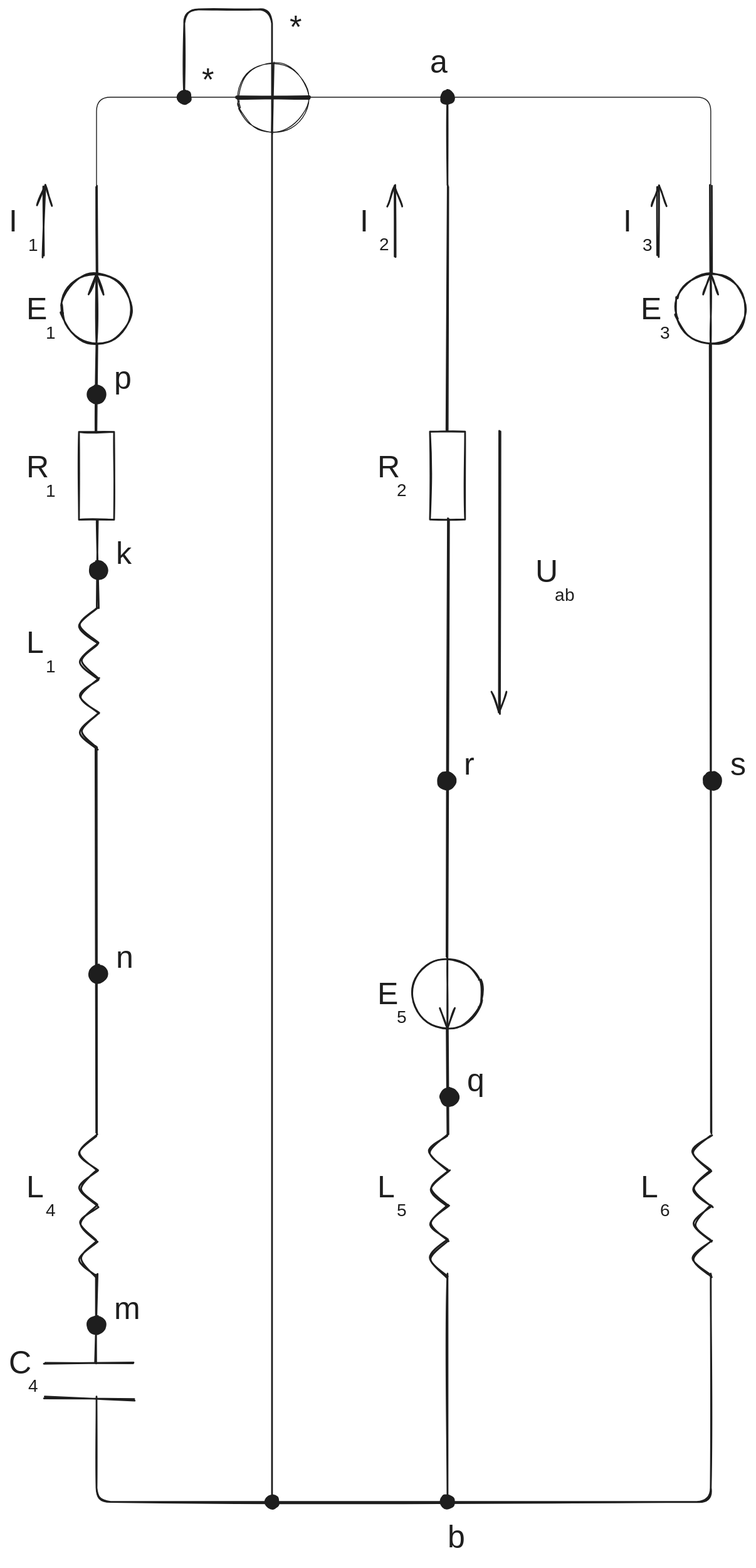
Earlier version of the Excalidraw export ele/rygota2/task.excalidraw.svg (kawazaki42/NoteS4). Source tidied: one line per element, renumbered; positions are measured from the earlier drawing's top-left corner, leaving out a move shared by most shapes.
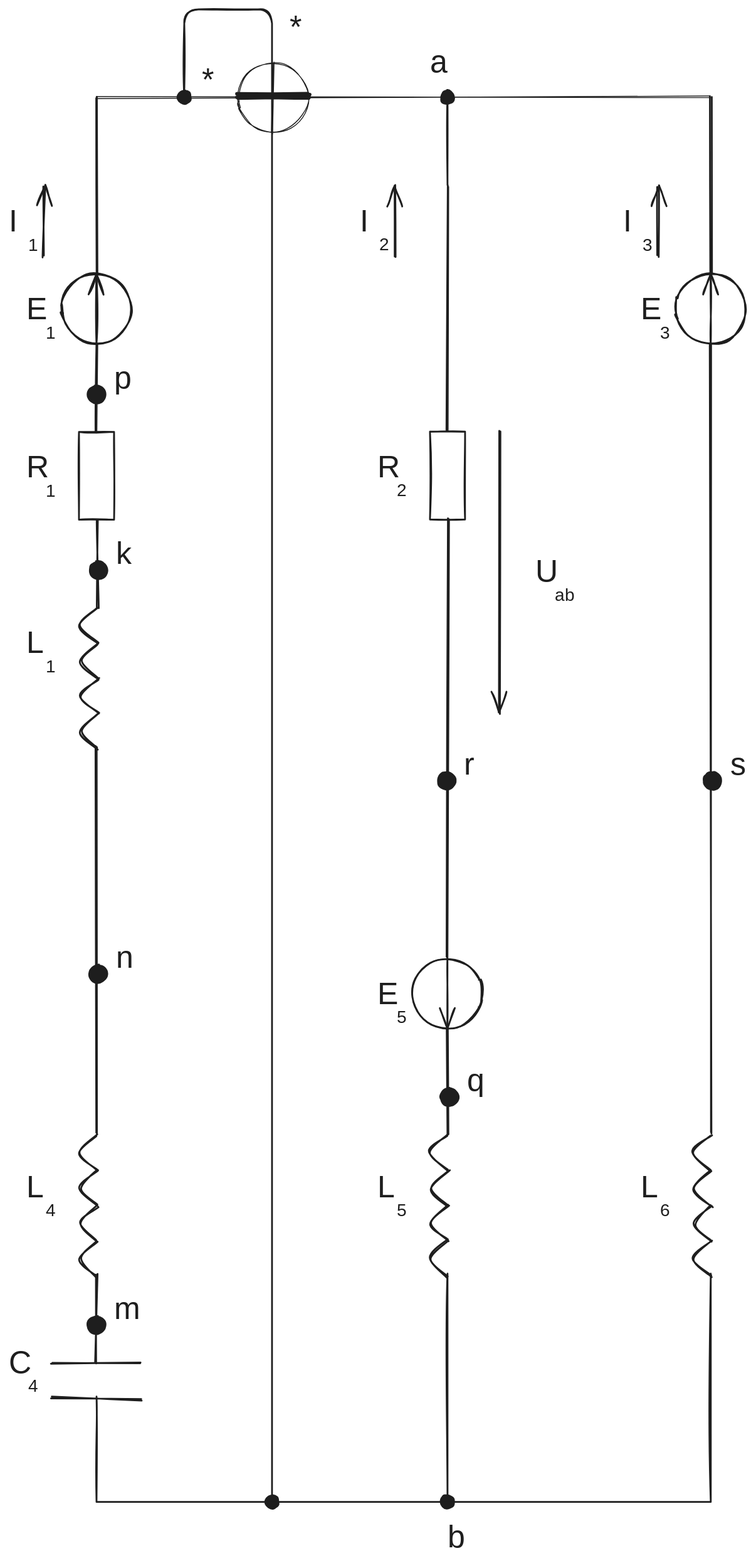
After the change.

Commit message:
change the drawing a little

What changed in the source:
```diff
@@ -1,3 +1,4 @@
+{"id": 94, "type": "line", "strokeColor": "#1e1e1e", "backgroundColor": "#1e1e1e", "fillStyle": "solid", "strokeWidth": 1, "roughness": 1, "round": true, "x": 100, "y": 100, "width": 700, "height": 0, "points": [[0, 0], [700, 0]]}
 {"id": 0, "type": "ellipse", "strokeColor": "#1e1e1e", "angle": 11.0, "strokeWidth": 2, "roughness": 1, "x": 60, "y": 301, "width": 80, "height": 80}
 {"id": 1, "type": "arrow", "strokeColor": "#1e1e1e", "angle": 11.0, "strokeWidth": 2, "roughness": 1, "endArrowhead": "arrow", "x": 60, "y": 341, "width": 80, "height": 0, "points": [[0, 0], [80, 0]]}
 {"id": 2, "type": "rectangle", "strokeColor": "#1e1e1e", "strokeWidth": 2, "roughness": 1, "x": 80, "y": 481, "width": 40, "height": 100}
@@ -9,13 +10,13 @@
 {"id": 8, "type": "line", "strokeColor": "#1e1e1e", "strokeWidth": 2, "roughness": 1, "round": true, "x": 101, "y": 1323, "width": 20, "height": 40, "points": [[0, 0], [-20, 20], [0, 40]]}
 {"id": 9, "type": "line", "strokeColor": "#1e1e1e", "strokeWidth": 2, "roughness": 1, "round": true, "x": 101, "y": 1363, "width": 20, "height": 40, "points": [[0, 0], [-20, 20], [0, 40]]}
 {"id": 10, "type": "line", "strokeColor": "#1e1e1e", "strokeWidth": 2, "roughness": 1, "round": true, "x": 101, "y": 1403, "width": 20, "height": 40, "points": [[0, 0], [-20, 20], [0, 40]]}
-{"id": 11, "type": "line", "strokeColor": "#1e1e1e", "strokeWidth": 2, "roughness": 1, "round": true, "x": 41, "y": 1542, "width": 100, "height": 0, "points": [[0, 0], [100, 0]]}
+{"id": 11, "type": "line", "strokeColor": "#1e1e1e", "strokeWidth": 2, "roughness": 1, "round": true, "x": 49, "y": 1542, "width": 100, "height": 0, "points": [[0, 0], [100, 0]]}
-{"id": 12, "type": "line", "strokeColor": "#1e1e1e", "strokeWidth": 2, "roughness": 1, "round": true, "x": 40, "y": 1581, "width": 103, "height": 3, "points": [[0, 0], [103, 3]]}
+{"id": 12, "type": "line", "strokeColor": "#1e1e1e", "strokeWidth": 2, "roughness": 1, "round": true, "x": 48, "y": 1581, "width": 103, "height": 3, "points": [[0, 0], [103, 3]]}
 {"id": 13, "type": "line", "strokeColor": "#1e1e1e", "strokeWidth": 2, "roughness": 1, "round": true, "x": 100, "y": 381, "width": 0, "height": 100, "points": [[0, 0], [0, 100]]}
 {"id": 14, "type": "line", "strokeColor": "#1e1e1e", "strokeWidth": 2, "roughness": 1, "round": true, "x": 101, "y": 581, "width": 0, "height": 100, "points": [[0, 0], [0, 100]]}
 {"id": 15, "type": "line", "strokeColor": "#1e1e1e", "strokeWidth": 2, "roughness": 1, "round": true, "x": 100, "y": 840, "width": 0, "height": 440, "points": [[0, 0], [0, 440]]}
 {"id": 16, "type": "line", "strokeColor": "#1e1e1e", "strokeWidth": 2, "roughness": 1, "round": true, "x": 100, "y": 1441, "width": 0, "height": 100, "points": [[0, 0], [0, 100]]}
-{"id": 17, "type": "line", "strokeColor": "#1e1e1e", "strokeWidth": 2, "roughness": 1, "round": true, "x": 100, "y": 301, "width": 0, "height": 100, "points": [[0, 0], [0, -100]]}
+{"id": 17, "type": "line", "strokeColor": "#1e1e1e", "strokeWidth": 2, "roughness": 1, "round": true, "x": 100, "y": 301, "width": 0, "height": 201, "points": [[0, 0], [0, -201]]}
 {"id": 18, "type": "arrow", "strokeColor": "#1e1e1e", "strokeWidth": 2, "roughness": 1, "endArrowhead": "arrow", "round": true, "x": 40, "y": 281, "width": 0, "height": 80, "points": [[0, 0], [0, -80]]}
 {"id": 19, "type": "text", "text": "I", "strokeColor": "#1e1e1e", "strokeWidth": 2, "roughness": 1, "fontSize": 36, "fontFamily": 5, "x": 0, "y": 221, "width": 20, "height": 45}
 {"id": 20, "type": "text", "text": "1", "strokeColor": "#1e1e1e", "strokeWidth": 2, "roughness": 1, "fontSize": 20, "fontFamily": 5, "x": 22, "y": 257, "width": 9, "height": 25}
@@ -55,7 +56,7 @@
 {"id": 54, "type": "line", "strokeColor": "#1e1e1e", "strokeWidth": 2, "roughness": 1, "round": true, "x": 801, "y": 1363, "width": 20, "height": 40, "points": [[0, 0], [-20, 20], [0, 40]]}
 {"id": 55, "type": "line", "strokeColor": "#1e1e1e", "strokeWidth": 2, "roughness": 1, "round": true, "x": 801, "y": 1403, "width": 20, "height": 40, "points": [[0, 0], [-20, 20], [0, 40]]}
 {"id": 56, "type": "line", "strokeColor": "#1e1e1e", "strokeWidth": 2, "roughness": 1, "round": true, "x": 800, "y": 381, "width": 0, "height": 899, "points": [[0, 0], [0, 899]]}
-{"id": 57, "type": "line", "strokeColor": "#1e1e1e", "strokeWidth": 2, "roughness": 1, "round": true, "x": 800, "y": 301, "width": 0, "height": 100, "points": [[0, 0], [0, -100]]}
+{"id": 57, "type": "line", "strokeColor": "#1e1e1e", "strokeWidth": 2, "roughness": 1, "round": true, "x": 800, "y": 301, "width": 0, "height": 201, "points": [[0, 0], [0, -201]]}
 {"id": 58, "type": "arrow", "strokeColor": "#1e1e1e", "strokeWidth": 2, "roughness": 1, "endArrowhead": "arrow", "round": true, "x": 740, "y": 281, "width": 0, "height": 80, "points": [[0, 0], [0, -80]]}
 {"id": 59, "type": "text", "text": "I", "strokeColor": "#1e1e1e", "strokeWidth": 2, "roughness": 1, "fontSize": 36, "fontFamily": 5, "x": 700, "y": 221, "width": 20, "height": 45}
 {"id": 60, "type": "text", "text": "3", "strokeColor": "#1e1e1e", "strokeWidth": 2, "roughness": 1, "fontSize": 20, "fontFamily": 5, "x": 722, "y": 257, "width": 12, "height": 25}
@@ -63,9 +64,7 @@
 {"id": 62, "type": "text", "text": "3", "strokeColor": "#1e1e1e", "strokeWidth": 2, "roughness": 1, "fontSize": 20, "fontFamily": 5, "x": 742, "y": 357, "width": 12, "height": 25}
 {"id": 63, "type": "text", "text": "L", "strokeColor": "#1e1e1e", "strokeWidth": 2, "roughness": 1, "fontSize": 36, "fontFamily": 5, "x": 720, "y": 1321, "width": 20, "height": 45}
 {"id": 64, "type": "text", "text": "6", "strokeColor": "#1e1e1e", "strokeWidth": 2, "roughness": 1, "fontSize": 20, "fontFamily": 5, "x": 742, "y": 1357, "width": 13, "height": 25}
-{"id": 65, "type": "arrow", "strokeColor": "#1e1e1e", "strokeWidth": 2, "roughness": 1, "x": 100, "y": 1580, "width": 700, "height": 260, "points": [[0, 0], [0, 120], [700, 120], [700, -140]]}
 {"id": 66, "type": "arrow", "strokeColor": "#1e1e1e", "strokeWidth": 2, "roughness": 1, "startArrowhead": "circle", "x": 500, "y": 1700, "width": 0, "height": 260, "points": [[0, 0], [0, -260]]}
-{"id": 67, "type": "arrow", "strokeColor": "#1e1e1e", "strokeWidth": 1, "roughness": 0, "x": 100, "y": 200, "width": 700, "height": 100, "points": [[0, 0], [0, -100], [700, -100], [700, 0]]}
 {"id": 68, "type": "arrow", "strokeColor": "#1e1e1e", "strokeWidth": 2, "roughness": 1, "startArrowhead": "circle", "x": 500, "y": 100, "width": 0, "height": 100, "points": [[0, 0], [0, 100]]}
 {"id": 69, "type": "ellipse", "strokeColor": "#1e1e1e", "angle": 11.0, "strokeWidth": 1, "roughness": 1, "x": 261, "y": 61, "width": 80, "height": 80}
 {"id": 70, "type": "line", "strokeColor": "#1e1e1e", "strokeWidth": 4, "roughness": 1, "round": true, "x": 261, "y": 101, "width": 80, "height": 0, "points": [[0, 0], [80, 0]]}
@@ -92,3 +91,5 @@
 {"id": 91, "type": "text", "text": "r", "strokeColor": "#1e1e1e", "backgroundColor": "#1e1e1e", "fillStyle": "solid", "strokeWidth": 2, "roughness": 1, "fontSize": 36, "fontFamily": 5, "x": 519, "y": 840, "width": 15, "height": 45}
 {"id": 92, "type": "ellipse", "strokeColor": "#1e1e1e", "backgroundColor": "#1e1e1e", "fillStyle": "solid", "strokeWidth": 2, "roughness": 1, "round": true, "x": 792, "y": 869, "width": 20, "height": 20}
 {"id": 93, "type": "text", "text": "s", "strokeColor": "#1e1e1e", "backgroundColor": "#1e1e1e", "fillStyle": "solid", "strokeWidth": 2, "roughness": 1, "fontSize": 36, "fontFamily": 5, "x": 822, "y": 840, "width": 20, "height": 45}
+{"id": 95, "type": "line", "strokeColor": "#1e1e1e", "strokeWidth": 4, "roughness": 1, "round": true, "x": 261, "y": 97, "width": 80, "height": 0, "points": [[0, 0], [80, 0]]}
+{"id": 96, "type": "line", "strokeColor": "#1e1e1e", "backgroundColor": "#1e1e1e", "fillStyle": "solid", "strokeWidth": 2, "roughness": 1, "x": 100, "y": 1580, "width": 700, "height": 260, "points": [[0, 0], [0, 120], [700, 120], [700, -140]]}
```
